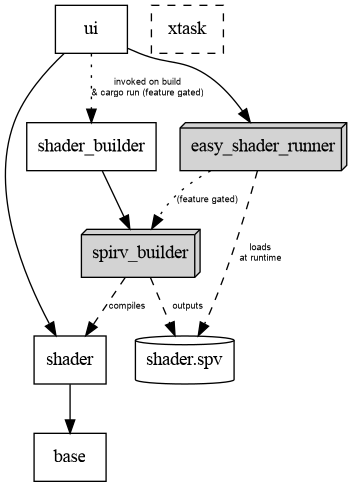
Above: workspace-structure.png in crazyscot/brot3 (Graphviz), before the change. Its source is kept beside it as workspace-structure.dot.
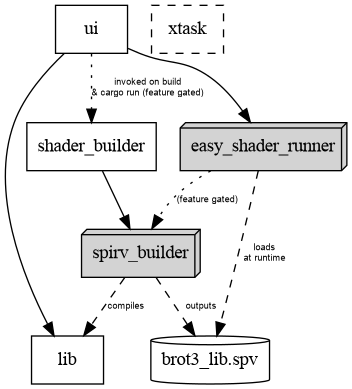
After the commit.

Change to the diagram source:
```diff
@@ -5,12 +5,10 @@
     ui;
     shader_builder;
     xtask [style = dashed;];
-    base;
-    shader;
     {
         rank=same;
-        shader;
-        shader_spv [shape = cylinder;label = "shader.spv";];
+        shader [label="lib"];
+        shader_spv [shape = cylinder;label = "brot3_lib.spv";];
     }
 
     node [shape = box3d; style = filled;];
@@ -18,7 +16,7 @@
     easy_shader_runner;
 
     edge [fontname = "arial"; fontsize = 7;];
-    ui -> shader -> base;
+    ui -> shader;
     ui -> easy_shader_runner;
 
     spirv_builder -> shader [style=dashed; label = "compiles"]
```
